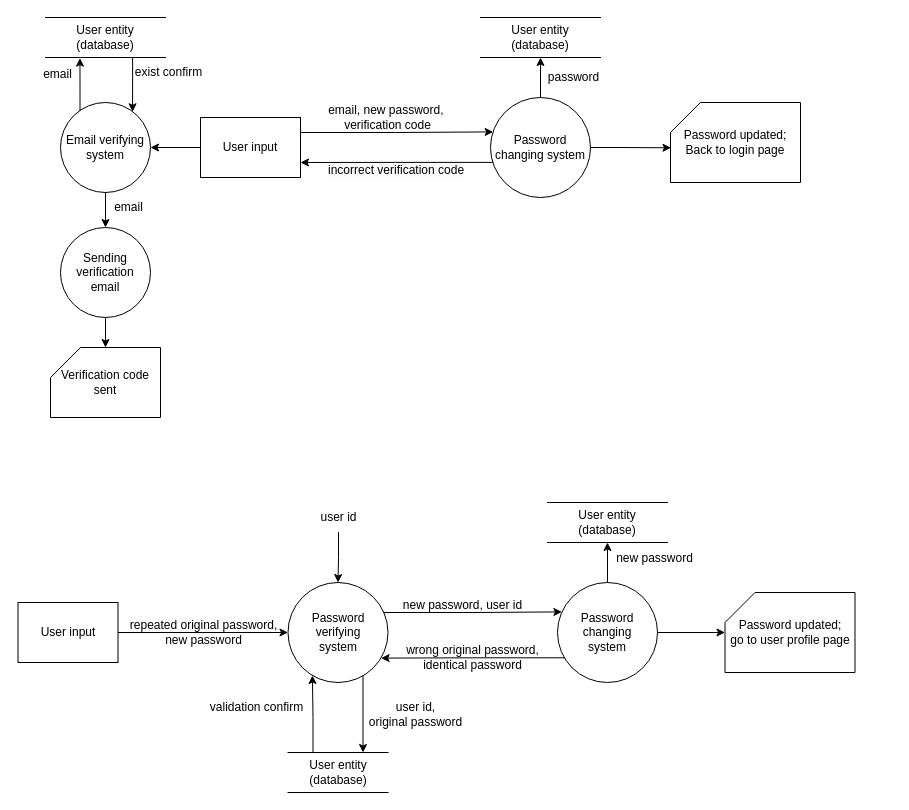
DonaldLamNL/buzzer keeps this draw.io diagram as DFD/User/PasswordSystem.drawio. Above is the earlier version. Source tidied: cells renumbered, new cells numbered last; positions are measured from the earlier drawing's top-left corner, leaving out a move shared by most shapes. Both pictures are drawn from the tidied source at 100%, with x=0, y=0 at pixel (18, 17).
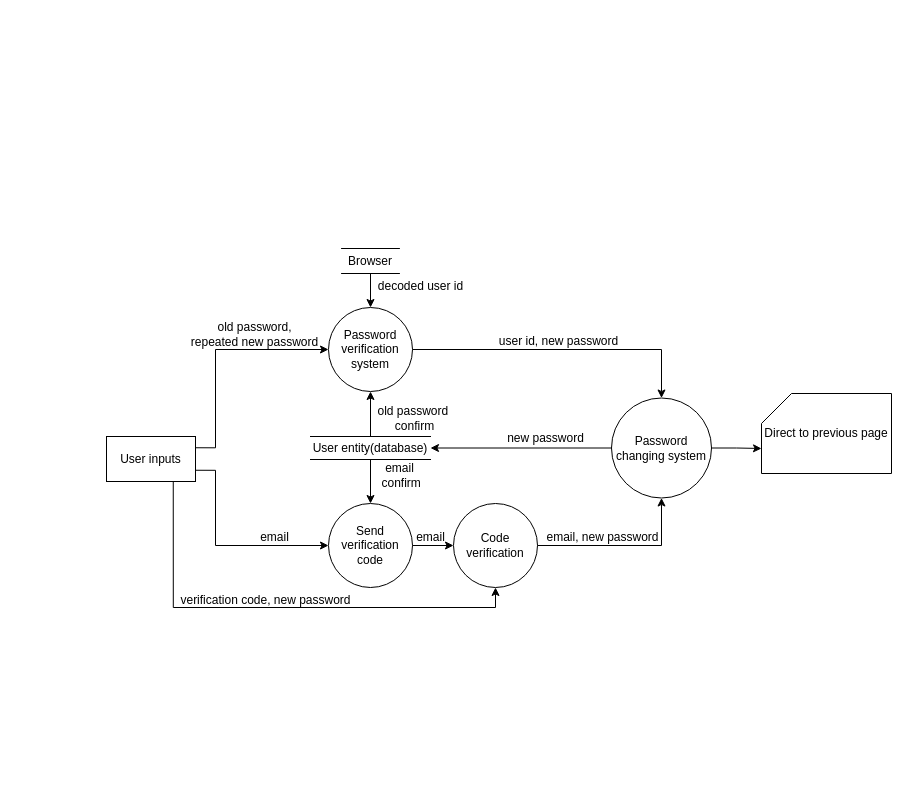
The same diagram, later.

Commit message:
Merge Forgot password and Change password

Change to the diagram source:
```diff
@@
-    <mxCell id="2" style="edgeStyle=orthogonalEdgeStyle;rounded=0;jettySize=auto;html=1;exitX=1;exitY=0.25;exitDx=0;exitDy=0;entryX=0.027;entryY=0.344;entryDx=0;entryDy=0;entryPerimeter=0;" parent="1" edge="1" source="4" target="12">
-      <mxGeometry relative="1" as="geometry" />
-    </mxCell>
-    <mxCell id="3" style="edgeStyle=orthogonalEdgeStyle;rounded=0;jettySize=auto;html=1;" parent="1" edge="1" source="4" target="18">
-      <mxGeometry relative="1" as="geometry" />
-    </mxCell>
-    <mxCell id="4" value="User input" style="rounded=0;whiteSpace=wrap;html=1;" parent="1" vertex="1">
-      <mxGeometry x="182" y="100" width="100" height="60" as="geometry" />
-    </mxCell>
-    <mxCell id="5" style="edgeStyle=orthogonalEdgeStyle;rounded=0;jettySize=auto;html=1;exitX=0.217;exitY=0.096;exitDx=0;exitDy=0;entryX=0.287;entryY=1.016;entryDx=0;entryDy=0;entryPerimeter=0;exitPerimeter=0;" parent="1" edge="1" source="18" target="7">
-      <mxGeometry relative="1" as="geometry" />
-    </mxCell>
-    <mxCell id="6" style="edgeStyle=orthogonalEdgeStyle;rounded=0;jettySize=auto;html=1;exitX=0.726;exitY=1.008;exitDx=0;exitDy=0;entryX=0.801;entryY=0.103;entryDx=0;entryDy=0;entryPerimeter=0;exitPerimeter=0;" parent="1" edge="1" source="7" target="18">
-      <mxGeometry relative="1" as="geometry" />
-    </mxCell>
-    <mxCell id="7" value="User entity (database)" style="shape=partialRectangle;whiteSpace=wrap;html=1;left=0;right=0;fillColor=none;rounded=0;strokeColor=default;fontFamily=Helvetica;fontSize=12;fontColor=default;" parent="1" vertex="1">
-      <mxGeometry x="27" width="120" height="40" as="geometry" />
-    </mxCell>
-    <mxCell id="8" value="Verification code sent" style="shape=card;whiteSpace=wrap;html=1;" parent="1" vertex="1">
-      <mxGeometry x="32" y="330" width="110" height="70" as="geometry" />
-    </mxCell>
-    <mxCell id="9" style="edgeStyle=orthogonalEdgeStyle;rounded=0;jettySize=auto;html=1;exitX=1;exitY=0.5;exitDx=0;exitDy=0;entryX=0.004;entryY=0.566;entryDx=0;entryDy=0;entryPerimeter=0;" parent="1" edge="1" source="12" target="16">
-      <mxGeometry relative="1" as="geometry">
-        <Array as="points">
-          <mxPoint x="599.5" y="130" />
-          <mxPoint x="599.5" y="130" />
-        </Array>
-      </mxGeometry>
-    </mxCell>
-    <mxCell id="10" style="edgeStyle=orthogonalEdgeStyle;rounded=0;jettySize=auto;html=1;exitX=0.5;exitY=0;exitDx=0;exitDy=0;entryX=0.5;entryY=1;entryDx=0;entryDy=0;" parent="1" edge="1" source="12" target="42">
-      <mxGeometry relative="1" as="geometry" />
-    </mxCell>
-    <mxCell id="11" style="edgeStyle=orthogonalEdgeStyle;rounded=0;jettySize=auto;html=1;entryX=1;entryY=0.75;entryDx=0;entryDy=0;exitX=0.023;exitY=0.649;exitDx=0;exitDy=0;exitPerimeter=0;" parent="1" edge="1" source="12" target="4">
-      <mxGeometry relative="1" as="geometry" />
-    </mxCell>
+    <mxCell id="46" style="edgeStyle=orthogonalEdgeStyle;rounded=0;jettySize=auto;html=1;exitX=1;exitY=0.75;exitDx=0;exitDy=0;entryX=0;entryY=0.5;entryDx=0;entryDy=0;" parent="1" edge="1" source="49" target="55">
+      <mxGeometry relative="1" as="geometry">
+        <Array as="points">
+          <mxPoint x="197" y="453" />
+          <mxPoint x="197" y="528" />
+        </Array>
+      </mxGeometry>
+    </mxCell>
+    <mxCell id="47" style="edgeStyle=orthogonalEdgeStyle;rounded=0;jettySize=auto;html=1;exitX=1;exitY=0.25;exitDx=0;exitDy=0;entryX=0;entryY=0.5;entryDx=0;entryDy=0;" parent="1" edge="1" source="49" target="53">
+      <mxGeometry relative="1" as="geometry">
+        <Array as="points">
+          <mxPoint x="197" y="430" />
+          <mxPoint x="197" y="332" />
+        </Array>
+      </mxGeometry>
+    </mxCell>
+    <mxCell id="48" style="edgeStyle=orthogonalEdgeStyle;rounded=0;jettySize=auto;html=1;exitX=0.75;exitY=1;exitDx=0;exitDy=0;entryX=0.5;entryY=1;entryDx=0;entryDy=0;" parent="1" edge="1" source="49" target="70">
+      <mxGeometry relative="1" as="geometry" />
+    </mxCell>
+    <mxCell id="49" value="User inputs" style="rounded=0;whiteSpace=wrap;html=1;" parent="1" vertex="1">
+      <mxGeometry x="88" y="419" width="89" height="45" as="geometry" />
+    </mxCell>
+    <mxCell id="50" style="edgeStyle=orthogonalEdgeStyle;rounded=0;jettySize=auto;html=1;exitX=0;exitY=0.5;exitDx=0;exitDy=0;entryX=1;entryY=0.5;entryDx=0;entryDy=0;" parent="1" edge="1" source="12" target="58">
+      <mxGeometry relative="1" as="geometry" />
+    </mxCell>
+    <mxCell id="51" style="edgeStyle=orthogonalEdgeStyle;rounded=0;jettySize=auto;html=1;exitX=1;exitY=0.5;exitDx=0;exitDy=0;entryX=0;entryY=0;entryDx=0;entryDy=55;entryPerimeter=0;" parent="1" edge="1" source="12" target="73">
+      <mxGeometry relative="1" as="geometry" />
+    </mxCell>
     <mxCell id="12" value="Password changing system" style="ellipse;whiteSpace=wrap;html=1;rounded=0;strokeColor=default;fontFamily=Helvetica;fontSize=12;fontColor=default;fillColor=none;" parent="1" vertex="1">
-      <mxGeometry x="472" y="80" width="100" height="100" as="geometry" />
+      <mxGeometry x="593" y="380.5" width="100" height="100" as="geometry" />
     </mxCell>
-    <mxCell id="13" value="email, new password,&amp;nbsp;&lt;br&gt;verification code" style="text;html=1;align=center;verticalAlign=middle;strokeColor=none;fillColor=none;" parent="1" vertex="1">
-      <mxGeometry x="300.5" y="80" width="137" height="40" as="geometry" />
-    </mxCell>
-    <mxCell id="14" value="exist confirm" style="text;html=1;align=center;verticalAlign=middle;strokeColor=none;fillColor=none;" parent="1" vertex="1">
-      <mxGeometry x="104.5" y="40" width="90" height="30" as="geometry" />
-    </mxCell>
-    <mxCell id="15" value="email" style="text;html=1;align=center;verticalAlign=middle;strokeColor=none;fillColor=none;" parent="1" vertex="1">
-      <mxGeometry x="15" y="44" width="47" height="26" as="geometry" />
-    </mxCell>
-    <mxCell id="16" value="Password updated;&lt;br&gt;Back to login page" style="shape=card;whiteSpace=wrap;html=1;" parent="1" vertex="1">
-      <mxGeometry x="652" y="85" width="130" height="80" as="geometry" />
-    </mxCell>
-    <mxCell id="17" style="edgeStyle=orthogonalEdgeStyle;rounded=0;jettySize=auto;html=1;exitX=0.5;exitY=1;exitDx=0;exitDy=0;entryX=0.5;entryY=0;entryDx=0;entryDy=0;" parent="1" edge="1" source="18" target="40">
-      <mxGeometry relative="1" as="geometry" />
-    </mxCell>
-    <mxCell id="18" value="Email verifying system" style="ellipse;whiteSpace=wrap;html=1;rounded=0;strokeColor=default;fontFamily=Helvetica;fontSize=12;fontColor=default;fillColor=none;" parent="1" vertex="1">
-      <mxGeometry x="42" y="85" width="90" height="90" as="geometry" />
-    </mxCell>
-    <mxCell id="19" style="edgeStyle=orthogonalEdgeStyle;rounded=0;jettySize=auto;html=1;exitX=1;exitY=0.5;exitDx=0;exitDy=0;entryX=0;entryY=0.5;entryDx=0;entryDy=0;" parent="1" edge="1" source="20" target="27">
-      <mxGeometry relative="1" as="geometry" />
-    </mxCell>
-    <mxCell id="20" value="User input" style="rounded=0;whiteSpace=wrap;html=1;" parent="1" vertex="1">
-      <mxGeometry x="-0.5" y="585" width="100" height="60" as="geometry" />
-    </mxCell>
-    <mxCell id="21" style="edgeStyle=orthogonalEdgeStyle;rounded=0;jettySize=auto;html=1;exitX=0.5;exitY=0;exitDx=0;exitDy=0;entryX=0.5;entryY=1;entryDx=0;entryDy=0;" parent="1" edge="1" source="23" target="33">
-      <mxGeometry relative="1" as="geometry" />
-    </mxCell>
-    <mxCell id="22" style="edgeStyle=orthogonalEdgeStyle;rounded=0;jettySize=auto;html=1;exitX=1;exitY=0.5;exitDx=0;exitDy=0;entryX=0;entryY=0.5;entryDx=0;entryDy=0;entryPerimeter=0;" parent="1" edge="1" source="23" target="32">
-      <mxGeometry relative="1" as="geometry" />
-    </mxCell>
-    <mxCell id="23" value="Password changing&lt;br&gt;system" style="ellipse;whiteSpace=wrap;html=1;rounded=0;strokeColor=default;fontFamily=Helvetica;fontSize=12;fontColor=default;fillColor=none;" parent="1" vertex="1">
-      <mxGeometry x="539" y="565" width="100" height="100" as="geometry" />
-    </mxCell>
-    <mxCell id="24" style="edgeStyle=orthogonalEdgeStyle;rounded=0;jettySize=auto;html=1;entryX=0.5;entryY=0;entryDx=0;entryDy=0;exitX=0.509;exitY=0.983;exitDx=0;exitDy=0;exitPerimeter=0;" parent="1" edge="1" source="38" target="27">
-      <mxGeometry relative="1" as="geometry" />
-    </mxCell>
-    <mxCell id="25" style="edgeStyle=orthogonalEdgeStyle;rounded=0;jettySize=auto;html=1;exitX=0.95;exitY=0.3;exitDx=0;exitDy=0;entryX=0.044;entryY=0.294;entryDx=0;entryDy=0;exitPerimeter=0;entryPerimeter=0;" parent="1" edge="1" source="27" target="23">
-      <mxGeometry relative="1" as="geometry" />
-    </mxCell>
-    <mxCell id="26" style="edgeStyle=orthogonalEdgeStyle;rounded=0;jettySize=auto;html=1;entryX=0.931;entryY=0.756;entryDx=0;entryDy=0;entryPerimeter=0;exitX=0.072;exitY=0.753;exitDx=0;exitDy=0;exitPerimeter=0;" parent="1" edge="1" source="23" target="27">
-      <mxGeometry relative="1" as="geometry" />
-    </mxCell>
-    <mxCell id="27" value="Password verifying&lt;br&gt;system" style="ellipse;whiteSpace=wrap;html=1;rounded=0;strokeColor=default;fontFamily=Helvetica;fontSize=12;fontColor=default;fillColor=none;" parent="1" vertex="1">
-      <mxGeometry x="269.5" y="565" width="100" height="100" as="geometry" />
-    </mxCell>
-    <mxCell id="28" value="repeated original password,&lt;br&gt;new password" style="text;html=1;align=center;verticalAlign=middle;strokeColor=none;fillColor=none;" parent="1" vertex="1">
-      <mxGeometry x="102.5" y="595" width="165" height="40" as="geometry" />
-    </mxCell>
-    <mxCell id="29" style="edgeStyle=orthogonalEdgeStyle;rounded=0;jettySize=auto;html=1;exitX=0.25;exitY=0;exitDx=0;exitDy=0;entryX=0.244;entryY=0.93;entryDx=0;entryDy=0;entryPerimeter=0;" parent="1" edge="1" source="30" target="27">
-      <mxGeometry relative="1" as="geometry" />
-    </mxCell>
-    <mxCell id="30" value="User entity (database)" style="shape=partialRectangle;whiteSpace=wrap;html=1;left=0;right=0;fillColor=none;rounded=0;strokeColor=default;fontFamily=Helvetica;fontSize=12;fontColor=default;" parent="1" vertex="1">
-      <mxGeometry x="269.5" y="735" width="100" height="40" as="geometry" />
-    </mxCell>
-    <mxCell id="31" style="edgeStyle=orthogonalEdgeStyle;rounded=0;jettySize=auto;html=1;exitX=0.75;exitY=0.932;exitDx=0;exitDy=0;entryX=0.75;entryY=0;entryDx=0;entryDy=0;exitPerimeter=0;" parent="1" edge="1" source="27" target="30">
-      <mxGeometry relative="1" as="geometry" />
-    </mxCell>
-    <mxCell id="32" value="Password updated;&lt;br&gt;go to user profile page" style="shape=card;whiteSpace=wrap;html=1;" parent="1" vertex="1">
-      <mxGeometry x="706.5" y="575" width="130" height="80" as="geometry" />
-    </mxCell>
-    <mxCell id="33" value="User entity (database)" style="shape=partialRectangle;whiteSpace=wrap;html=1;left=0;right=0;fillColor=none;rounded=0;strokeColor=default;fontFamily=Helvetica;fontSize=12;fontColor=default;" parent="1" vertex="1">
-      <mxGeometry x="529" y="485" width="120" height="40" as="geometry" />
-    </mxCell>
+    <mxCell id="52" style="edgeStyle=orthogonalEdgeStyle;rounded=0;jettySize=auto;html=1;exitX=1;exitY=0.5;exitDx=0;exitDy=0;entryX=0.5;entryY=0;entryDx=0;entryDy=0;" parent="1" edge="1" source="53" target="12">
+      <mxGeometry relative="1" as="geometry" />
+    </mxCell>
+    <mxCell id="53" value="Password verification&lt;br&gt;system" style="ellipse;whiteSpace=wrap;html=1;rounded=0;strokeColor=default;fontFamily=Helvetica;fontSize=12;fontColor=default;fillColor=none;" parent="1" vertex="1">
+      <mxGeometry x="310" y="290" width="84" height="84" as="geometry" />
+    </mxCell>
+    <mxCell id="54" style="edgeStyle=orthogonalEdgeStyle;rounded=0;jettySize=auto;html=1;exitX=1;exitY=0.5;exitDx=0;exitDy=0;entryX=0;entryY=0.5;entryDx=0;entryDy=0;" parent="1" edge="1" source="55" target="70">
+      <mxGeometry relative="1" as="geometry" />
+    </mxCell>
+    <mxCell id="55" value="Send verification code" style="ellipse;whiteSpace=wrap;html=1;rounded=0;strokeColor=default;fontFamily=Helvetica;fontSize=12;fontColor=default;fillColor=none;" parent="1" vertex="1">
+      <mxGeometry x="310" y="486" width="84" height="84" as="geometry" />
+    </mxCell>
+    <mxCell id="56" style="edgeStyle=orthogonalEdgeStyle;rounded=0;jettySize=auto;html=1;exitX=0.5;exitY=1;exitDx=0;exitDy=0;entryX=0.5;entryY=0;entryDx=0;entryDy=0;" parent="1" edge="1" source="58" target="55">
+      <mxGeometry relative="1" as="geometry" />
+    </mxCell>
+    <mxCell id="57" style="edgeStyle=orthogonalEdgeStyle;rounded=0;jettySize=auto;html=1;" parent="1" edge="1" source="58" target="53">
+      <mxGeometry relative="1" as="geometry" />
+    </mxCell>
+    <mxCell id="58" value="User entity(database)" style="shape=partialRectangle;whiteSpace=wrap;html=1;left=0;right=0;fillColor=none;rounded=0;strokeColor=default;fontFamily=Helvetica;fontSize=12;fontColor=default;" parent="1" vertex="1">
+      <mxGeometry x="292" y="419" width="120" height="23" as="geometry" />
+    </mxCell>
+    <mxCell id="59" value="old password,&lt;br&gt;repeated new password" style="text;html=1;align=center;verticalAlign=middle;strokeColor=none;fillColor=none;" parent="1" vertex="1">
+      <mxGeometry x="163" y="297" width="145" height="40" as="geometry" />
+    </mxCell>
+    <mxCell id="60" style="edgeStyle=orthogonalEdgeStyle;rounded=0;orthogonalLoop=1;jettySize=auto;html=1;exitX=0.5;exitY=1;exitDx=0;exitDy=0;" parent="1" edge="1" source="58" target="58">
+      <mxGeometry relative="1" as="geometry" />
+    </mxCell>
+    <mxCell id="61" style="edgeStyle=orthogonalEdgeStyle;rounded=0;jettySize=auto;html=1;" parent="1" edge="1" source="62" target="53">
+      <mxGeometry relative="1" as="geometry" />
+    </mxCell>
+    <mxCell id="62" value="Browser" style="shape=partialRectangle;whiteSpace=wrap;html=1;left=0;right=0;fillColor=none;rounded=0;strokeColor=default;fontFamily=Helvetica;fontSize=12;fontColor=default;" parent="1" vertex="1">
+      <mxGeometry x="323.1" y="231" width="57.8" height="25" as="geometry" />
+    </mxCell>
+    <mxCell id="63" value="decoded user id" style="text;html=1;align=center;verticalAlign=middle;strokeColor=none;fillColor=none;" parent="1" vertex="1">
+      <mxGeometry x="350" y="256" width="103" height="26" as="geometry" />
+    </mxCell>
+    <mxCell id="64" value="user id, new password" style="text;html=1;align=center;verticalAlign=middle;strokeColor=none;fillColor=none;" parent="1" vertex="1">
+      <mxGeometry x="471" y="311" width="137" height="26" as="geometry" />
+    </mxCell>
     <mxCell id="34" value="new password" style="text;html=1;align=center;verticalAlign=middle;strokeColor=none;fillColor=none;" parent="1" vertex="1">
-      <mxGeometry x="588.5" y="528" width="95" height="26" as="geometry" />
+      <mxGeometry x="479" y="408" width="95" height="26" as="geometry" />
     </mxCell>
-    <mxCell id="35" value="new password, user id" style="text;html=1;align=center;verticalAlign=middle;strokeColor=none;fillColor=none;" parent="1" vertex="1">
-      <mxGeometry x="375" y="575" width="137" height="26" as="geometry" />
-    </mxCell>
-    <mxCell id="36" value="user id,&lt;br&gt;original password" style="text;html=1;align=center;verticalAlign=middle;strokeColor=none;fillColor=none;" parent="1" vertex="1">
-      <mxGeometry x="341" y="677" width="111" height="40" as="geometry" />
-    </mxCell>
-    <mxCell id="37" value="validation confirm" style="text;html=1;align=center;verticalAlign=middle;strokeColor=none;fillColor=none;" parent="1" vertex="1">
-      <mxGeometry x="182" y="677" width="111" height="26" as="geometry" />
-    </mxCell>
-    <mxCell id="38" value="user id" style="text;html=1;align=center;verticalAlign=middle;points=[];strokeColor=none;fillColor=none;" parent="1" vertex="1">
-      <mxGeometry x="289.5" y="485" width="60" height="30" as="geometry" />
-    </mxCell>
-    <mxCell id="39" style="edgeStyle=orthogonalEdgeStyle;rounded=0;jettySize=auto;html=1;exitX=0.5;exitY=1;exitDx=0;exitDy=0;entryX=0.5;entryY=0;entryDx=0;entryDy=0;entryPerimeter=0;" parent="1" edge="1" source="40" target="8">
-      <mxGeometry relative="1" as="geometry" />
-    </mxCell>
-    <mxCell id="40" value="Sending verification email" style="ellipse;whiteSpace=wrap;html=1;rounded=0;strokeColor=default;fontFamily=Helvetica;fontSize=12;fontColor=default;fillColor=none;" parent="1" vertex="1">
-      <mxGeometry x="42" y="210" width="90" height="90" as="geometry" />
-    </mxCell>
-    <mxCell id="41" value="email" style="text;html=1;align=center;verticalAlign=middle;strokeColor=none;fillColor=none;" parent="1" vertex="1">
-      <mxGeometry x="84.5" y="175" width="50" height="30" as="geometry" />
-    </mxCell>
-    <mxCell id="42" value="User entity (database)" style="shape=partialRectangle;whiteSpace=wrap;html=1;left=0;right=0;fillColor=none;rounded=0;strokeColor=default;fontFamily=Helvetica;fontSize=12;fontColor=default;" parent="1" vertex="1">
-      <mxGeometry x="462" width="120" height="40" as="geometry" />
-    </mxCell>
-    <mxCell id="43" value="password" style="text;html=1;align=center;verticalAlign=middle;strokeColor=none;fillColor=none;" parent="1" vertex="1">
-      <mxGeometry x="520" y="47" width="69" height="26" as="geometry" />
-    </mxCell>
-    <mxCell id="44" value="&lt;span style=&quot;caret-color: rgb(0, 0, 0); color: rgb(0, 0, 0); font-family: Helvetica; font-size: 12px; font-style: normal; font-variant-caps: normal; font-weight: 400; letter-spacing: normal; text-align: center; text-indent: 0px; text-transform: none; word-spacing: 0px; -webkit-text-stroke-width: 0px; background-color: rgb(251, 251, 251); text-decoration: none; float: none; display: inline !important;&quot;&gt;incorrect verification code&lt;/span&gt;" style="text;whiteSpace=wrap;html=1;" parent="1" vertex="1">
-      <mxGeometry x="308" y="139" width="164" height="36" as="geometry" />
-    </mxCell>
-    <mxCell id="45" value="wrong original password,&lt;br style=&quot;border-color: var(--border-color);&quot;&gt;&lt;span style=&quot;&quot;&gt;identical password&lt;/span&gt;" style="text;html=1;align=center;verticalAlign=middle;strokeColor=none;fillColor=none;" parent="1" vertex="1">
-      <mxGeometry x="378" y="620" width="151" height="40" as="geometry" />
-    </mxCell>
+    <mxCell id="65" value="email, new password" style="text;html=1;align=center;verticalAlign=middle;strokeColor=none;fillColor=none;" parent="1" vertex="1">
+      <mxGeometry x="519" y="507" width="130" height="26" as="geometry" />
+    </mxCell>
+    <mxCell id="66" value="email&lt;br&gt;&amp;nbsp;confirm" style="text;html=1;align=center;verticalAlign=middle;strokeColor=none;fillColor=none;" parent="1" vertex="1">
+      <mxGeometry x="350" y="438" width="61" height="40" as="geometry" />
+    </mxCell>
+    <mxCell id="67" value="old password&amp;nbsp;&lt;br&gt;confirm" style="text;html=1;align=center;verticalAlign=middle;strokeColor=none;fillColor=none;" parent="1" vertex="1">
+      <mxGeometry x="350" y="380.5" width="92" height="40" as="geometry" />
+    </mxCell>
+    <mxCell id="68" value="&lt;span style=&quot;caret-color: rgb(0, 0, 0); color: rgb(0, 0, 0); font-family: Helvetica; font-size: 12px; font-style: normal; font-variant-caps: normal; font-weight: 400; letter-spacing: normal; text-align: center; text-indent: 0px; text-transform: none; word-spacing: 0px; -webkit-text-stroke-width: 0px; background-color: rgb(251, 251, 251); text-decoration: none; float: none; display: inline !important;&quot;&gt;email&lt;/span&gt;" style="text;html=1;align=center;verticalAlign=middle;strokeColor=none;fillColor=none;" parent="1" vertex="1">
+      <mxGeometry x="232" y="507" width="47" height="26" as="geometry" />
+    </mxCell>
+    <mxCell id="69" style="edgeStyle=orthogonalEdgeStyle;rounded=0;jettySize=auto;html=1;exitX=1;exitY=0.5;exitDx=0;exitDy=0;entryX=0.5;entryY=1;entryDx=0;entryDy=0;" parent="1" edge="1" source="70" target="12">
+      <mxGeometry relative="1" as="geometry" />
+    </mxCell>
+    <mxCell id="70" value="Code verification" style="ellipse;whiteSpace=wrap;html=1;rounded=0;strokeColor=default;fontFamily=Helvetica;fontSize=12;fontColor=default;fillColor=none;" parent="1" vertex="1">
+      <mxGeometry x="435" y="486" width="84" height="84" as="geometry" />
+    </mxCell>
+    <mxCell id="71" value="email" style="text;html=1;align=center;verticalAlign=middle;strokeColor=none;fillColor=none;" parent="1" vertex="1">
+      <mxGeometry x="388" y="507" width="47" height="26" as="geometry" />
+    </mxCell>
+    <mxCell id="72" value="verification code, new password" style="text;html=1;align=center;verticalAlign=middle;strokeColor=none;fillColor=none;" parent="1" vertex="1">
+      <mxGeometry x="153" y="570" width="188" height="26" as="geometry" />
+    </mxCell>
+    <mxCell id="73" value="Direct to previous page" style="shape=card;whiteSpace=wrap;html=1;" parent="1" vertex="1">
+      <mxGeometry x="743" y="376" width="130" height="80" as="geometry" />
+    </mxCell>
```
